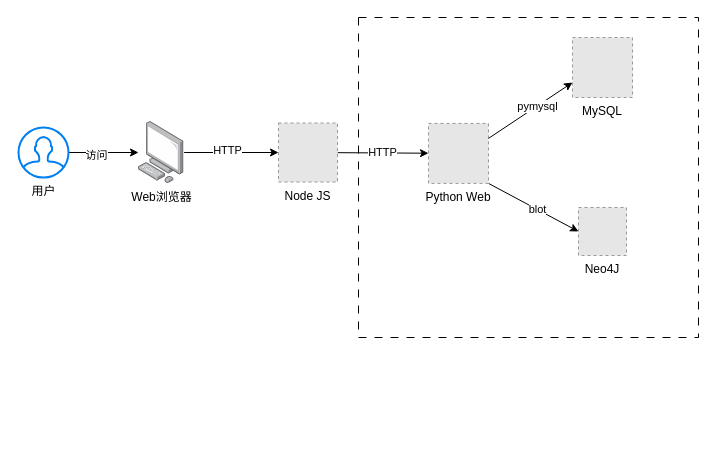
Earlier version of the draw.io diagram SPARK/spark架构图.drawio (redcomet88/DRAW). Source tidied: cells renumbered, new cells numbered last; positions are measured from the earlier drawing's top-left corner, leaving out a move shared by most shapes. Both pictures are drawn from the tidied source at 100%, with x=0, y=0 at pixel (18, 17). Pictures stored in the file or linked from it are replaced by grey dashed boxes.
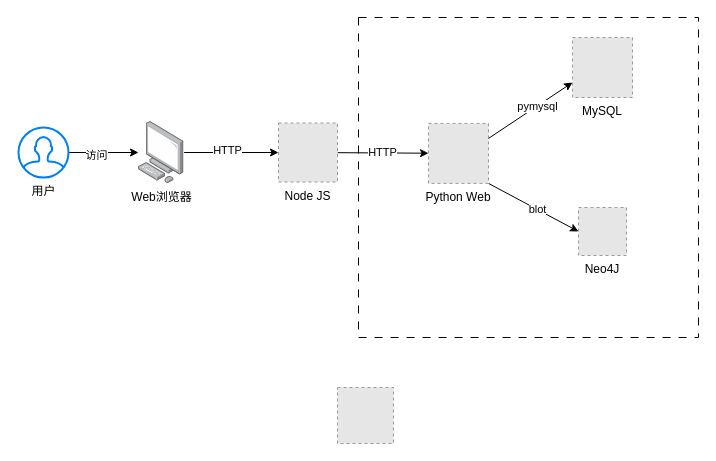
The same page after the edit.

Commit message (it also covers changes not shown here):
更新spark架构图.drawio

What changed in the source:
```diff
@@
+    <mxCell id="19" style="fillColor=#E6E6E6;strokeColor=#999999;dashed=1;verticalLabelPosition=bottom;labelBackgroundColor=default;verticalAlign=top;" parent="1" vertex="1">
+      <mxGeometry x="319" y="370" width="56" height="56" as="geometry" />
+    </mxCell>
```
